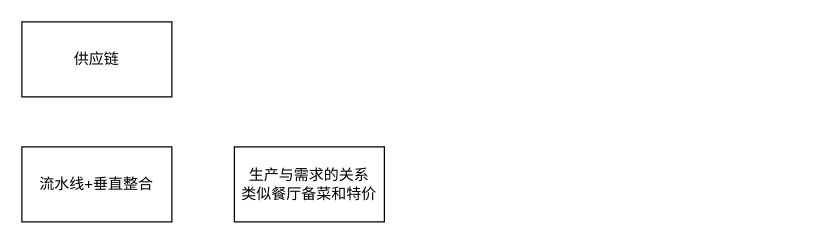
Above: world model.drawio in CaptainCCCP/Draw-io-cloud (draw.io), before the change. Source tidied: cells renumbered, new cells numbered last; positions are measured from the earlier drawing's top-left corner, leaving out a move shared by most shapes. Both pictures are drawn from the tidied source at 125%, with x=0, y=0 at pixel (21, 21).
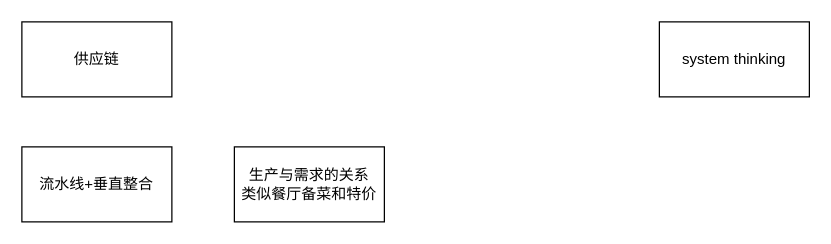
The same diagram, later.

Diff of the diagram source:
```diff
@@
 <mxGraphModel>
   <root>
     <mxCell id="0" />
     <mxCell id="1" parent="0" />
     <mxCell id="2" value="供应链" style="whiteSpace=wrap;html=1;" parent="1" vertex="1">
       <mxGeometry width="120" height="60" as="geometry" />
     </mxCell>
     <mxCell id="3" value="流水线+垂直整合" style="whiteSpace=wrap;html=1;" parent="1" vertex="1">
       <mxGeometry y="100" width="120" height="60" as="geometry" />
     </mxCell>
     <mxCell id="4" value="生产与需求的关系&lt;div&gt;类似餐厅备菜和特价&lt;/div&gt;" style="whiteSpace=wrap;html=1;" parent="1" vertex="1">
       <mxGeometry x="170" y="100" width="120" height="60" as="geometry" />
     </mxCell>
+    <mxCell id="5" value="system thinking" style="whiteSpace=wrap;html=1;" parent="1" vertex="1">
+      <mxGeometry x="510" width="120" height="60" as="geometry" />
+    </mxCell>
   </root>
 </mxGraphModel>
```
